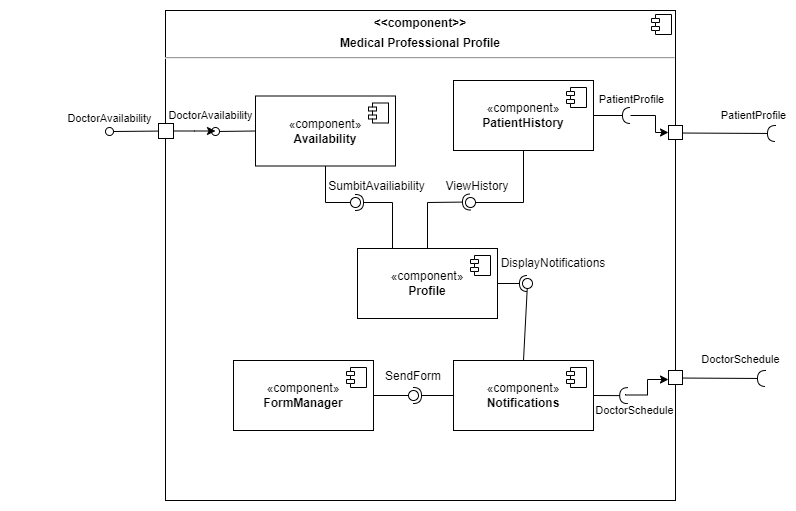
Earlier version of the draw.io export Milestone-2/Component-Diagrams/Med-Prof-Component-Diagram.drawio.png (uvic-teach/project-m1-team10). Source tidied: cells renumbered, new cells last; positions are measured from the earlier drawing's top-left corner, leaving out a move shared by most shapes. Source of this version:
```xml
<mxGraphModel>
  <root>
    <mxCell id="0" />
    <mxCell id="1" parent="0" />
    <mxCell id="2" value="&lt;p style=&quot;margin:0px;margin-top:6px;text-align:center;&quot;&gt;&lt;b&gt;&amp;lt;&amp;lt;component&amp;gt;&amp;gt;&lt;/b&gt;&lt;/p&gt;&lt;p style=&quot;margin:0px;margin-top:6px;text-align:center;&quot;&gt;&lt;b&gt;Medical Professional Profile&lt;/b&gt;&lt;/p&gt;&lt;hr&gt;&lt;p style=&quot;margin:0px;margin-left:8px;&quot;&gt;&lt;br&gt;&lt;/p&gt;" style="align=left;overflow=fill;html=1;whiteSpace=wrap;" parent="1" vertex="1">
      <mxGeometry x="155" width="510" height="490" as="geometry" />
    </mxCell>
    <mxCell id="3" style="shape=component;jettyWidth=8;jettyHeight=4;" parent="2" vertex="1">
      <mxGeometry x="1" width="20" height="20" relative="1" as="geometry">
        <mxPoint x="-24" y="4" as="offset" />
      </mxGeometry>
    </mxCell>
    <mxCell id="4" style="rounded=0;jettySize=auto;html=1;endArrow=halfCircle;endFill=0;endSize=6;strokeWidth=1;sketch=0;fontSize=12;curved=1;exitX=1;exitY=0.25;exitDx=0;exitDy=0;" parent="1" edge="1" source="2">
      <mxGeometry relative="1" as="geometry">
        <mxPoint x="765" y="123" as="targetPoint" />
      </mxGeometry>
    </mxCell>
    <mxCell id="5" value="PatientProfile" style="edgeLabel;html=1;align=center;verticalAlign=middle;" parent="4" vertex="1">
      <mxGeometry x="0.57" y="-4" relative="1" as="geometry">
        <mxPoint y="-22" as="offset" />
      </mxGeometry>
    </mxCell>
    <mxCell id="6" style="ellipse;whiteSpace=wrap;html=1;align=center;fillColor=none;strokeColor=none;perimeter=centerPerimeter;" parent="1" vertex="1">
      <mxGeometry x="433" y="230" width="10" height="10" as="geometry" />
    </mxCell>
    <mxCell id="7" style="whiteSpace=wrap;html=1;" parent="1" vertex="1">
      <mxGeometry x="658" y="115" width="14" height="14" as="geometry" />
    </mxCell>
    <mxCell id="8" style="edgeStyle=orthogonalEdgeStyle;rounded=0;jettySize=auto;html=1;entryX=0;entryY=0.5;entryDx=0;entryDy=0;exitX=0.12;exitY=0.52;exitDx=0;exitDy=0;exitPerimeter=0;" parent="1" edge="1" source="12" target="7">
      <mxGeometry relative="1" as="geometry" />
    </mxCell>
    <mxCell id="9" value="«component»&lt;br&gt;&lt;b&gt;PatientHistory&lt;/b&gt;" style="html=1;whiteSpace=wrap;" parent="1" vertex="1">
      <mxGeometry x="443" y="70" width="140" height="70" as="geometry" />
    </mxCell>
    <mxCell id="10" style="shape=module;jettyWidth=8;jettyHeight=4;" parent="9" vertex="1">
      <mxGeometry x="1" width="20" height="20" relative="1" as="geometry">
        <mxPoint x="-27" y="7" as="offset" />
      </mxGeometry>
    </mxCell>
    <mxCell id="11" style="rounded=0;jettySize=auto;html=1;endArrow=halfCircle;endFill=0;endSize=6;strokeWidth=1;sketch=0;fontSize=12;curved=1;exitX=1;exitY=0.5;exitDx=0;exitDy=0;" parent="1" edge="1" source="9" target="12">
      <mxGeometry relative="1" as="geometry" />
    </mxCell>
    <mxCell id="12" style="ellipse;whiteSpace=wrap;html=1;align=center;fillColor=none;strokeColor=none;perimeter=centerPerimeter;points=[];outlineConnect=1;" parent="1" vertex="1">
      <mxGeometry x="615" y="100" width="10" height="10" as="geometry" />
    </mxCell>
    <mxCell id="13" value="«component»&lt;br&gt;&lt;b&gt;Profile&lt;/b&gt;" style="html=1;whiteSpace=wrap;" parent="1" vertex="1">
      <mxGeometry x="347" y="238" width="140" height="70" as="geometry" />
    </mxCell>
    <mxCell id="14" style="shape=module;jettyWidth=8;jettyHeight=4;" parent="13" vertex="1">
      <mxGeometry x="1" width="20" height="20" relative="1" as="geometry">
        <mxPoint x="-27" y="7" as="offset" />
      </mxGeometry>
    </mxCell>
    <mxCell id="15" style="edgeStyle=orthogonalEdgeStyle;rounded=0;orthogonalLoop=1;jettySize=auto;html=1;entryX=0;entryY=0.75;entryDx=0;entryDy=0;" parent="1" edge="1">
      <mxGeometry relative="1" as="geometry">
        <mxPoint x="615" y="383.5" as="sourcePoint" />
        <mxPoint x="658" y="369" as="targetPoint" />
        <Array as="points">
          <mxPoint x="615" y="384.5" />
          <mxPoint x="637" y="384.5" />
          <mxPoint x="637" y="369.5" />
        </Array>
      </mxGeometry>
    </mxCell>
    <mxCell id="16" value="«component»&lt;br&gt;&lt;b&gt;Notifications&lt;/b&gt;" style="html=1;whiteSpace=wrap;" parent="1" vertex="1">
      <mxGeometry x="443" y="350" width="140" height="70" as="geometry" />
    </mxCell>
    <mxCell id="17" style="shape=module;jettyWidth=8;jettyHeight=4;" parent="16" vertex="1">
      <mxGeometry x="1" width="20" height="20" relative="1" as="geometry">
        <mxPoint x="-27" y="7" as="offset" />
      </mxGeometry>
    </mxCell>
    <mxCell id="18" value="«component»&lt;br&gt;&lt;b&gt;FormManager&lt;/b&gt;" style="html=1;whiteSpace=wrap;" parent="1" vertex="1">
      <mxGeometry x="223" y="350" width="140" height="70" as="geometry" />
    </mxCell>
    <mxCell id="19" style="shape=module;jettyWidth=8;jettyHeight=4;" parent="18" vertex="1">
      <mxGeometry x="1" width="20" height="20" relative="1" as="geometry">
        <mxPoint x="-27" y="7" as="offset" />
      </mxGeometry>
    </mxCell>
    <mxCell id="20" style="rounded=0;jettySize=auto;html=1;endArrow=halfCircle;endFill=0;endSize=6;strokeWidth=1;sketch=0;exitX=1;exitY=0.5;exitDx=0;exitDy=0;" parent="1" edge="1" source="13">
      <mxGeometry relative="1" as="geometry">
        <mxPoint x="517" y="273" as="targetPoint" />
      </mxGeometry>
    </mxCell>
    <mxCell id="21" style="rounded=0;jettySize=auto;html=1;endArrow=oval;endFill=0;sketch=0;sourcePerimeterSpacing=0;targetPerimeterSpacing=0;endSize=10;exitX=0.5;exitY=0;exitDx=0;exitDy=0;" parent="1" edge="1" source="16">
      <mxGeometry relative="1" as="geometry">
        <mxPoint x="517" y="273" as="targetPoint" />
      </mxGeometry>
    </mxCell>
    <mxCell id="22" style="ellipse;whiteSpace=wrap;html=1;align=center;fillColor=none;strokeColor=none;perimeter=centerPerimeter;" parent="1" vertex="1">
      <mxGeometry x="520" y="268" width="10" height="10" as="geometry" />
    </mxCell>
    <mxCell id="23" style="rounded=0;jettySize=auto;html=1;endArrow=halfCircle;endFill=0;endSize=6;strokeWidth=1;sketch=0;exitX=0;exitY=0.5;exitDx=0;exitDy=0;" parent="1" edge="1" source="16">
      <mxGeometry relative="1" as="geometry">
        <mxPoint x="403" y="385" as="targetPoint" />
      </mxGeometry>
    </mxCell>
    <mxCell id="24" style="rounded=0;jettySize=auto;html=1;endArrow=halfCircle;endFill=0;endSize=6;strokeWidth=1;sketch=0;fontSize=12;curved=1;exitX=1;exitY=0.75;exitDx=0;exitDy=0;" parent="1" edge="1" source="2">
      <mxGeometry relative="1" as="geometry">
        <mxPoint x="755" y="368" as="targetPoint" />
      </mxGeometry>
    </mxCell>
    <mxCell id="25" value="DoctorSchedule" style="edgeLabel;html=1;align=center;verticalAlign=middle;" parent="24" vertex="1">
      <mxGeometry x="0.45" y="-1" relative="1" as="geometry">
        <mxPoint y="-20" as="offset" />
      </mxGeometry>
    </mxCell>
    <mxCell id="26" style="ellipse;whiteSpace=wrap;html=1;align=center;fillColor=none;strokeColor=none;perimeter=centerPerimeter;" parent="1" vertex="1">
      <mxGeometry x="745" y="290" width="10" height="10" as="geometry" />
    </mxCell>
    <mxCell id="27" style="whiteSpace=wrap;html=1;" parent="1" vertex="1">
      <mxGeometry x="658" y="360" width="14" height="14" as="geometry" />
    </mxCell>
    <mxCell id="28" style="rounded=0;jettySize=auto;html=1;endArrow=halfCircle;endFill=0;endSize=6;strokeWidth=1;sketch=0;fontSize=12;curved=1;exitX=1;exitY=0.5;exitDx=0;exitDy=0;entryX=0.922;entryY=0.786;entryDx=0;entryDy=0;entryPerimeter=0;" parent="1" edge="1" source="16">
      <mxGeometry relative="1" as="geometry">
        <mxPoint x="617.2" y="385.1" as="targetPoint" />
      </mxGeometry>
    </mxCell>
    <mxCell id="29" style="ellipse;whiteSpace=wrap;html=1;align=center;fillColor=none;strokeColor=none;perimeter=centerPerimeter;" parent="1" vertex="1">
      <mxGeometry x="563" y="400" width="10" height="10" as="geometry" />
    </mxCell>
    <mxCell id="30" style="rounded=0;jettySize=auto;html=1;endArrow=oval;endFill=0;sketch=0;sourcePerimeterSpacing=0;targetPerimeterSpacing=0;endSize=10;exitX=1;exitY=0.5;exitDx=0;exitDy=0;" parent="1" edge="1" source="18">
      <mxGeometry relative="1" as="geometry">
        <mxPoint x="403" y="385" as="targetPoint" />
      </mxGeometry>
    </mxCell>
    <mxCell id="31" value="«component»&lt;br&gt;&lt;b&gt;Availability&lt;/b&gt;" style="html=1;whiteSpace=wrap;" parent="1" vertex="1">
      <mxGeometry x="245" y="85.5" width="140" height="70" as="geometry" />
    </mxCell>
    <mxCell id="32" style="shape=module;jettyWidth=8;jettyHeight=4;" parent="31" vertex="1">
      <mxGeometry x="1" width="20" height="20" relative="1" as="geometry">
        <mxPoint x="-27" y="7" as="offset" />
      </mxGeometry>
    </mxCell>
    <mxCell id="33" style="edgeStyle=orthogonalEdgeStyle;rounded=0;jettySize=auto;html=1;" parent="1" edge="1" source="34">
      <mxGeometry relative="1" as="geometry">
        <mxPoint x="205" y="120.5" as="targetPoint" />
      </mxGeometry>
    </mxCell>
    <mxCell id="34" style="html=1;rounded=0;" parent="1" vertex="1">
      <mxGeometry x="148" y="113" width="15" height="15" as="geometry" />
    </mxCell>
    <mxCell id="35" style="endArrow=none;html=1;rounded=0;align=center;verticalAlign=top;endFill=0;labelBackgroundColor=none;endSize=2;" parent="1" edge="1" source="34" target="36">
      <mxGeometry relative="1" as="geometry" />
    </mxCell>
    <mxCell id="36" value="DoctorAvailability" style="ellipse;html=1;fontSize=11;align=center;fillColor=none;points=[];verticalAlign=bottom;labelPosition=center;verticalLabelPosition=top;flipH=1;" parent="1" vertex="1">
      <mxGeometry x="95" y="117" width="8" height="8" as="geometry" />
    </mxCell>
    <mxCell id="37" style="html=1;verticalAlign=bottom;labelBackgroundColor=none;endArrow=oval;endFill=0;endSize=8;rounded=0;exitX=0;exitY=0.5;exitDx=0;exitDy=0;" parent="1" edge="1" source="31">
      <mxGeometry relative="1" as="geometry">
        <mxPoint x="205" y="121" as="targetPoint" />
      </mxGeometry>
    </mxCell>
    <mxCell id="38" value="&lt;font style=&quot;font-size: 11px;&quot;&gt;DoctorAvailability&lt;/font&gt;" style="edgeLabel;html=1;align=center;verticalAlign=middle;fontSize=11;" parent="37" vertex="1">
      <mxGeometry x="0.43" y="1" relative="1" as="geometry">
        <mxPoint x="-17" y="-17" as="offset" />
      </mxGeometry>
    </mxCell>
    <mxCell id="39" value="SendForm" style="text;strokeColor=none;align=center;fillColor=none;html=1;verticalAlign=middle;whiteSpace=wrap;rounded=0;" parent="1" vertex="1">
      <mxGeometry x="373" y="356" width="60" height="19" as="geometry" />
    </mxCell>
    <mxCell id="40" value="DisplayNotifications" style="text;strokeColor=none;align=center;fillColor=none;html=1;verticalAlign=middle;whiteSpace=wrap;rounded=0;" parent="1" vertex="1">
      <mxGeometry x="487" y="243" width="112" height="19" as="geometry" />
    </mxCell>
    <mxCell id="41" style="ellipse;whiteSpace=wrap;html=1;align=center;fillColor=none;strokeColor=none;perimeter=centerPerimeter;" parent="1" vertex="1">
      <mxGeometry x="458" y="190" width="10" height="10" as="geometry" />
    </mxCell>
    <mxCell id="42" value="ViewHistory" style="text;strokeColor=none;align=center;fillColor=none;html=1;verticalAlign=middle;whiteSpace=wrap;rounded=0;" parent="1" vertex="1">
      <mxGeometry x="437" y="166" width="60" height="19" as="geometry" />
    </mxCell>
    <mxCell id="43" style="ellipse;whiteSpace=wrap;html=1;align=center;fillColor=none;strokeColor=none;perimeter=centerPerimeter;" parent="1" vertex="1">
      <mxGeometry x="320" y="190" width="10" height="10" as="geometry" />
    </mxCell>
    <mxCell id="44" style="ellipse;whiteSpace=wrap;html=1;align=center;fillColor=none;strokeColor=none;perimeter=centerPerimeter;" parent="1" vertex="1">
      <mxGeometry x="558" y="190" width="10" height="10" as="geometry" />
    </mxCell>
    <mxCell id="45" style="rounded=0;jettySize=auto;html=1;endArrow=halfCircle;endFill=0;endSize=6;strokeWidth=1;sketch=0;exitX=0.5;exitY=0;exitDx=0;exitDy=0;" parent="1" edge="1" source="13">
      <mxGeometry relative="1" as="geometry">
        <mxPoint x="460" y="191.5" as="targetPoint" />
        <Array as="points">
          <mxPoint x="417" y="192" />
        </Array>
      </mxGeometry>
    </mxCell>
    <mxCell id="46" style="rounded=0;jettySize=auto;html=1;endArrow=oval;endFill=0;sketch=0;sourcePerimeterSpacing=0;targetPerimeterSpacing=0;endSize=10;exitX=0.5;exitY=1;exitDx=0;exitDy=0;" parent="1" edge="1" source="9">
      <mxGeometry relative="1" as="geometry">
        <mxPoint x="460" y="192" as="targetPoint" />
        <Array as="points">
          <mxPoint x="513" y="192" />
        </Array>
      </mxGeometry>
    </mxCell>
    <mxCell id="47" style="ellipse;whiteSpace=wrap;html=1;align=center;fillColor=none;strokeColor=none;perimeter=centerPerimeter;" parent="1" vertex="1">
      <mxGeometry y="230" width="10" height="10" as="geometry" />
    </mxCell>
    <mxCell id="48" style="rounded=0;jettySize=auto;html=1;endArrow=halfCircle;endFill=0;endSize=6;strokeWidth=1;sketch=0;exitX=0.25;exitY=0;exitDx=0;exitDy=0;" parent="1" edge="1" source="13" target="50">
      <mxGeometry relative="1" as="geometry">
        <Array as="points">
          <mxPoint x="382" y="192" />
        </Array>
      </mxGeometry>
    </mxCell>
    <mxCell id="49" style="rounded=0;jettySize=auto;html=1;endArrow=oval;endFill=0;sketch=0;sourcePerimeterSpacing=0;targetPerimeterSpacing=0;endSize=10;exitX=0.5;exitY=1;exitDx=0;exitDy=0;" parent="1" edge="1" source="31" target="50">
      <mxGeometry relative="1" as="geometry">
        <Array as="points">
          <mxPoint x="315" y="192" />
        </Array>
      </mxGeometry>
    </mxCell>
    <mxCell id="50" style="ellipse;whiteSpace=wrap;html=1;align=center;fillColor=none;strokeColor=none;perimeter=centerPerimeter;points=[];outlineConnect=1;" parent="1" vertex="1">
      <mxGeometry x="340" y="187" width="10" height="10" as="geometry" />
    </mxCell>
    <mxCell id="51" value="SumbitAvailiability" style="text;strokeColor=none;align=center;fillColor=none;html=1;verticalAlign=middle;whiteSpace=wrap;rounded=0;" parent="1" vertex="1">
      <mxGeometry x="320" y="166" width="93" height="19" as="geometry" />
    </mxCell>
    <mxCell id="52" value="PatientProfile" style="edgeLabel;html=1;align=center;verticalAlign=middle;" parent="1" vertex="1">
      <mxGeometry x="621" y="88.5" as="geometry" />
    </mxCell>
    <mxCell id="53" value="DoctorSchedule" style="edgeLabel;html=1;align=center;verticalAlign=middle;" parent="1" vertex="1">
      <mxGeometry x="623" y="399" as="geometry" />
    </mxCell>
  </root>
</mxGraphModel>
```
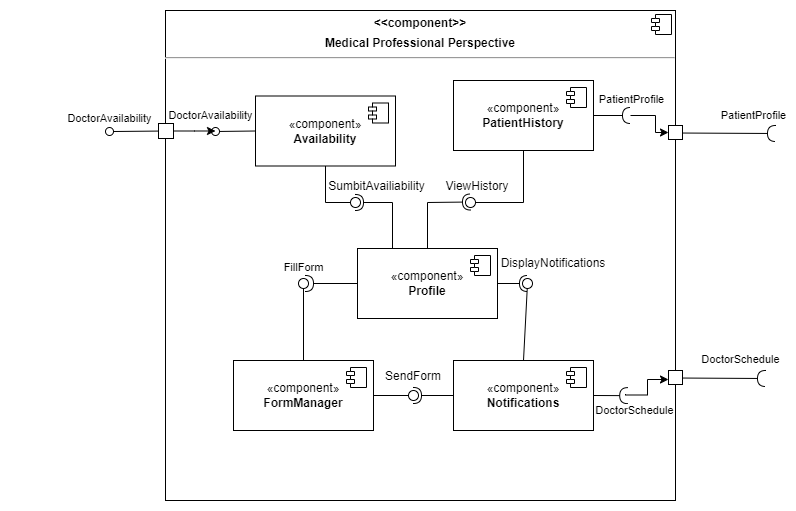
The same diagram one commit later.

Change to the diagram source:
```diff
@@ -2,7 +2,7 @@
   <root>
     <mxCell id="0" />
     <mxCell id="1" parent="0" />
-    <mxCell id="2" value="&lt;p style=&quot;margin:0px;margin-top:6px;text-align:center;&quot;&gt;&lt;b&gt;&amp;lt;&amp;lt;component&amp;gt;&amp;gt;&lt;/b&gt;&lt;/p&gt;&lt;p style=&quot;margin:0px;margin-top:6px;text-align:center;&quot;&gt;&lt;b&gt;Medical Professional Profile&lt;/b&gt;&lt;/p&gt;&lt;hr&gt;&lt;p style=&quot;margin:0px;margin-left:8px;&quot;&gt;&lt;br&gt;&lt;/p&gt;" style="align=left;overflow=fill;html=1;whiteSpace=wrap;" parent="1" vertex="1">
+    <mxCell id="2" value="&lt;p style=&quot;margin:0px;margin-top:6px;text-align:center;&quot;&gt;&lt;b&gt;&amp;lt;&amp;lt;component&amp;gt;&amp;gt;&lt;/b&gt;&lt;/p&gt;&lt;p style=&quot;margin:0px;margin-top:6px;text-align:center;&quot;&gt;&lt;b&gt;Medical Professional Perspective&lt;/b&gt;&lt;/p&gt;&lt;hr&gt;&lt;p style=&quot;margin:0px;margin-left:8px;&quot;&gt;&lt;br&gt;&lt;/p&gt;" style="align=left;overflow=fill;html=1;whiteSpace=wrap;" parent="1" vertex="1">
       <mxGeometry x="155" width="510" height="490" as="geometry" />
     </mxCell>
     <mxCell id="3" style="shape=component;jettyWidth=8;jettyHeight=4;" parent="2" vertex="1">
@@ -220,5 +220,21 @@
     <mxCell id="53" value="DoctorSchedule" style="edgeLabel;html=1;align=center;verticalAlign=middle;" parent="1" vertex="1">
       <mxGeometry x="623" y="399" as="geometry" />
     </mxCell>
+    <mxCell id="54" style="rounded=0;jettySize=auto;html=1;endArrow=halfCircle;endFill=0;endSize=6;strokeWidth=1;sketch=0;exitX=0;exitY=0.5;exitDx=0;exitDy=0;entryX=0.5;entryY=0.5;entryDx=0;entryDy=0;entryPerimeter=0;" parent="1" edge="1" source="13" target="57">
+      <mxGeometry relative="1" as="geometry" />
+    </mxCell>
+    <mxCell id="55" style="rounded=0;jettySize=auto;html=1;endArrow=oval;endFill=0;sketch=0;sourcePerimeterSpacing=0;targetPerimeterSpacing=0;endSize=10;exitX=0.5;exitY=0;exitDx=0;exitDy=0;" parent="1" edge="1" source="18">
+      <mxGeometry relative="1" as="geometry">
+        <mxPoint x="293" y="273" as="targetPoint" />
+      </mxGeometry>
+    </mxCell>
+    <mxCell id="56" value="FillForm" style="edgeLabel;html=1;align=center;verticalAlign=middle;" parent="55" vertex="1">
+      <mxGeometry x="0.35" y="-3" relative="1" as="geometry">
+        <mxPoint x="-4" y="-42" as="offset" />
+      </mxGeometry>
+    </mxCell>
+    <mxCell id="57" style="ellipse;whiteSpace=wrap;html=1;align=center;fillColor=none;strokeColor=none;perimeter=centerPerimeter;points=[];outlineConnect=1;" parent="1" vertex="1">
+      <mxGeometry x="290" y="268" width="10" height="10" as="geometry" />
+    </mxCell>
   </root>
 </mxGraphModel>
```
